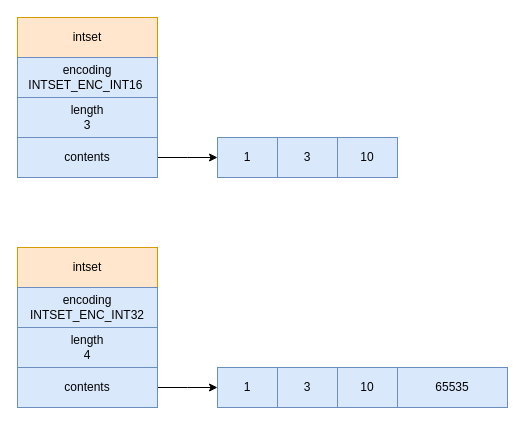
This is redis/intset.drawio from erlieStar/diagrams, a draw.io file, before an edit. Source tidied: cells renumbered, new cells numbered last; positions are measured from the earlier drawing's top-left corner, leaving out a move shared by most shapes. Both pictures are drawn from the tidied source at 100%, with x=0, y=0 at pixel (17, 17).
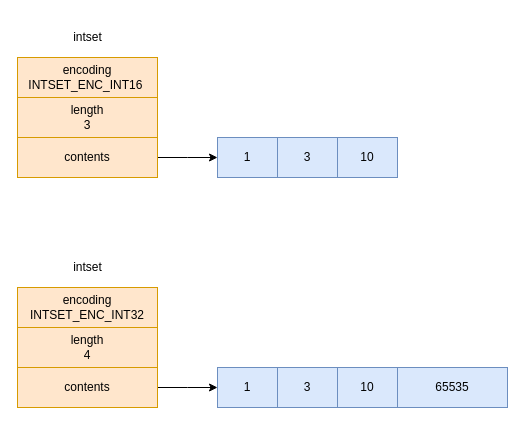
After the change.

The edit, as a diff of the source:
```diff
@@
-    <mxCell id="2" value="intset" style="rounded=0;whiteSpace=wrap;html=1;fillColor=#ffe6cc;strokeColor=#d79b00;" parent="1" vertex="1">
-      <mxGeometry width="140" height="40" as="geometry" />
-    </mxCell>
-    <mxCell id="3" value="encoding&lt;br&gt;INTSET_ENC_INT16&amp;nbsp;" style="rounded=0;whiteSpace=wrap;html=1;fillColor=#dae8fc;strokeColor=#6c8ebf;" parent="1" vertex="1">
+    <mxCell id="3" value="encoding&lt;br&gt;INTSET_ENC_INT16&amp;nbsp;" style="rounded=0;whiteSpace=wrap;html=1;fillColor=#ffe6cc;strokeColor=#d79b00;" parent="1" vertex="1">
       <mxGeometry y="40" width="140" height="40" as="geometry" />
     </mxCell>
-    <mxCell id="4" value="length&lt;br&gt;3" style="rounded=0;whiteSpace=wrap;html=1;fillColor=#dae8fc;strokeColor=#6c8ebf;" parent="1" vertex="1">
+    <mxCell id="4" value="length&lt;br&gt;3" style="rounded=0;whiteSpace=wrap;html=1;fillColor=#ffe6cc;strokeColor=#d79b00;" parent="1" vertex="1">
       <mxGeometry y="80" width="140" height="40" as="geometry" />
     </mxCell>
@@
-    <mxCell id="6" value="contents" style="rounded=0;whiteSpace=wrap;html=1;fillColor=#dae8fc;strokeColor=#6c8ebf;" parent="1" vertex="1">
+    <mxCell id="6" value="contents" style="rounded=0;whiteSpace=wrap;html=1;fillColor=#ffe6cc;strokeColor=#d79b00;" parent="1" vertex="1">
       <mxGeometry y="120" width="140" height="40" as="geometry" />
     </mxCell>
-    <mxCell id="7" value="intset" style="rounded=0;whiteSpace=wrap;html=1;fillColor=#ffe6cc;strokeColor=#d79b00;" parent="1" vertex="1">
-      <mxGeometry y="230" width="140" height="40" as="geometry" />
-    </mxCell>
-    <mxCell id="8" value="encoding&lt;br&gt;INTSET_ENC_INT32" style="rounded=0;whiteSpace=wrap;html=1;fillColor=#dae8fc;strokeColor=#6c8ebf;" parent="1" vertex="1">
+    <mxCell id="8" value="encoding&lt;br&gt;INTSET_ENC_INT32" style="rounded=0;whiteSpace=wrap;html=1;fillColor=#ffe6cc;strokeColor=#d79b00;" parent="1" vertex="1">
       <mxGeometry y="270" width="140" height="40" as="geometry" />
     </mxCell>
-    <mxCell id="9" value="length&lt;br&gt;4" style="rounded=0;whiteSpace=wrap;html=1;fillColor=#dae8fc;strokeColor=#6c8ebf;" parent="1" vertex="1">
+    <mxCell id="9" value="length&lt;br&gt;4" style="rounded=0;whiteSpace=wrap;html=1;fillColor=#ffe6cc;strokeColor=#d79b00;" parent="1" vertex="1">
       <mxGeometry y="310" width="140" height="40" as="geometry" />
     </mxCell>
@@
-    <mxCell id="11" value="contents" style="rounded=0;whiteSpace=wrap;html=1;fillColor=#dae8fc;strokeColor=#6c8ebf;" parent="1" vertex="1">
+    <mxCell id="11" value="contents" style="rounded=0;whiteSpace=wrap;html=1;fillColor=#ffe6cc;strokeColor=#d79b00;" parent="1" vertex="1">
       <mxGeometry y="350" width="140" height="40" as="geometry" />
     </mxCell>
@@
+    <mxCell id="19" value="&lt;span&gt;intset&lt;/span&gt;" style="text;html=1;align=center;verticalAlign=middle;strokeColor=none;fillColor=none;" parent="1" vertex="1">
+      <mxGeometry x="50" y="240" width="40" height="20" as="geometry" />
+    </mxCell>
+    <mxCell id="20" value="&lt;span&gt;intset&lt;/span&gt;" style="text;html=1;align=center;verticalAlign=middle;strokeColor=none;fillColor=none;" parent="1" vertex="1">
+      <mxGeometry x="50" y="10" width="40" height="20" as="geometry" />
+    </mxCell>
```
